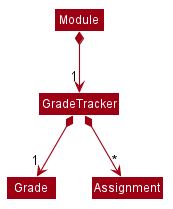
Before: docs/images/GradeTrackerDiagram.png, a diagram exported from PlantUML (nus-cs2103-AY2021S1/tp). The source it was exported from:
```plantuml
@startuml








skinparam BackgroundColor #FFFFFFF

skinparam Shadowing false

skinparam Class {
    FontColor #FFFFFF
    BorderThickness 1
    BorderColor #FFFFFF
    StereotypeFontColor #FFFFFF
    FontName Arial
}

skinparam Actor {
    BorderColor #000000
    Color #000000
    FontName Arial
}

skinparam Sequence {
    MessageAlign center
    BoxFontSize 15
    BoxPadding 0
    BoxFontColor #FFFFFF
    FontName Arial
}

skinparam Participant {
    FontColor #FFFFFFF
    Padding 20
}

skinparam MinClassWidth 50
skinparam ParticipantPadding 10
skinparam Shadowing false
skinparam DefaultTextAlignment center
skinparam packageStyle Rectangle

hide footbox
hide members
hide circle
skinparam arrowThickness 1.1
skinparam arrowColor #9D0012
skinparam classBackgroundColor #9D0012

Module *-->"1" GradeTracker
GradeTracker *-->"1" Grade
GradeTracker *-->"*" Assignment

@enduml
```
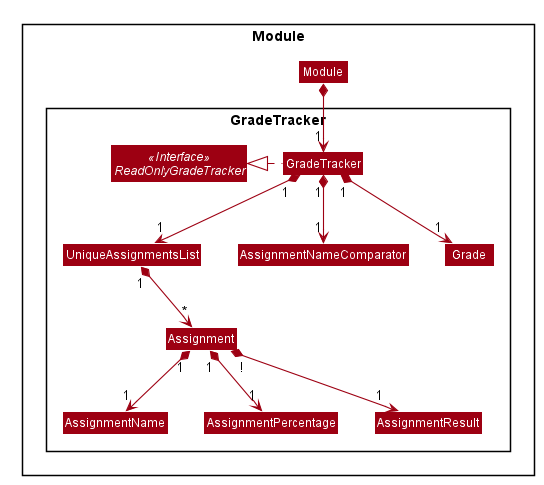
The same diagram one commit later.

Diff of the diagram source:
```diff
@@ -51,8 +51,31 @@
 skinparam arrowColor #9D0012
 skinparam classBackgroundColor #9D0012
 
+Package Module <<Rectangle>>{
+class Module
+
+Package GradeTracker <<Rectangle>> {
+class GradeTracker
+Interface ReadOnlyGradeTracker <<Interface>>
+class UniqueAssignmentsList
+class AssignmentNameComparator
+class Assignment
+class AssignmentName
+class AssignmentPercentage
+class AssignmentResult
+class Grade
+}
+
+}
+
 Module *-->"1" GradeTracker
-GradeTracker *-->"1" Grade
-GradeTracker *-->"*" Assignment
+GradeTracker ..left..|> ReadOnlyGradeTracker
+GradeTracker "1"*-->"1" Grade
+GradeTracker "1"*-->"1" UniqueAssignmentsList
+GradeTracker "1"*-->"1" AssignmentNameComparator
+UniqueAssignmentsList "1"*-->"*" Assignment
+Assignment "1"*-->"1" AssignmentName
+Assignment "1"*-->"1" AssignmentPercentage
+Assignment "!"*-->"1" AssignmentResult
 
 @enduml
```
